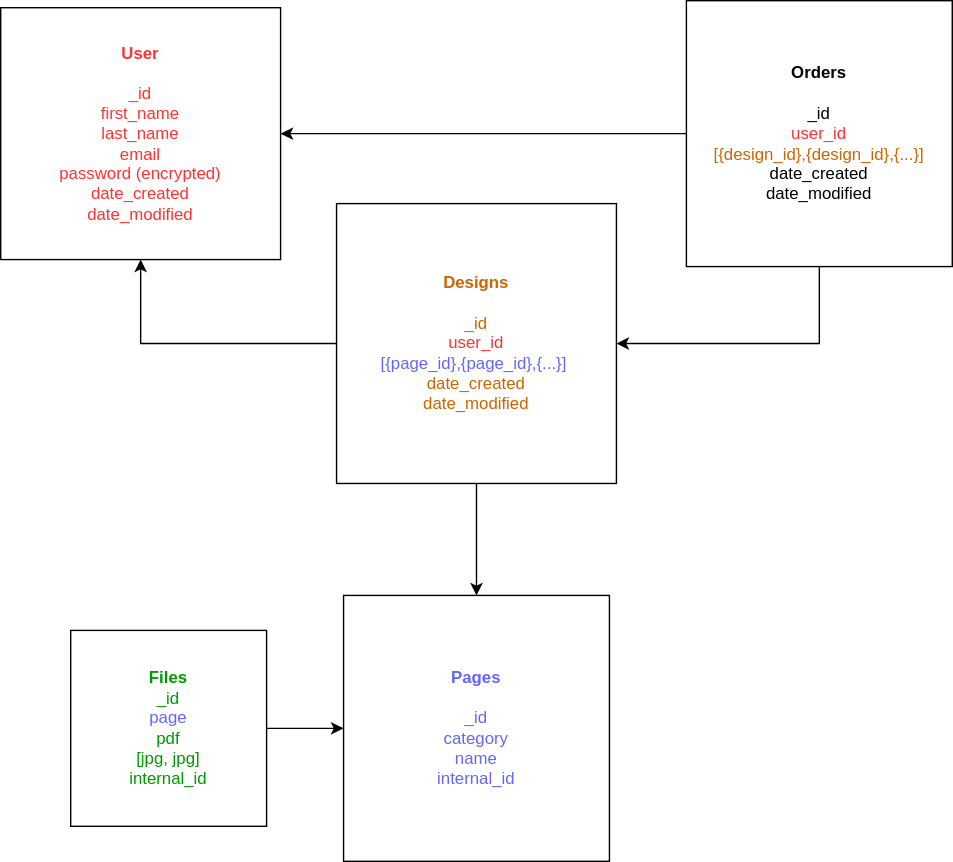
Before: assets/database-diagram.drawio.svg, a diagram exported from draw.io (katyjmt/ps-lite). Source tidied: cells renumbered, new cells last; positions are measured from the earlier drawing's top-left corner, leaving out a move shared by most shapes.
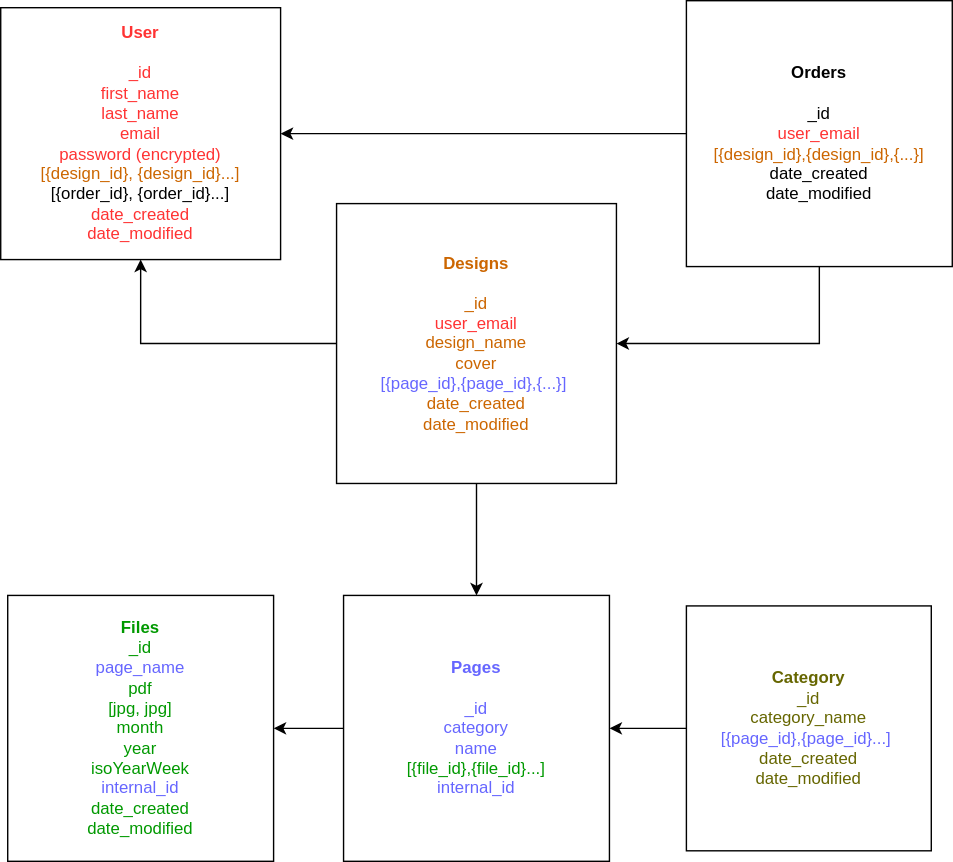
Later version of the same file.

Change to the diagram source:
```diff
@@ -2,7 +2,7 @@
   <root>
     <mxCell id="0" />
     <mxCell id="1" parent="0" />
-    <mxCell id="2" value="&lt;font color=&quot;#ff3333&quot;&gt;&lt;b&gt;User&lt;br&gt;&lt;/b&gt;&lt;br&gt;_id&lt;br&gt;first_name&lt;br&gt;last_name&lt;br&gt;email&lt;br&gt;password (encrypted)&lt;br&gt;date_created&lt;br&gt;date_modified&lt;/font&gt;" style="rounded=0;whiteSpace=wrap;html=1;" parent="1" vertex="1">
+    <mxCell id="2" value="&lt;b style=&quot;color: rgb(255, 51, 51);&quot;&gt;User&lt;br&gt;&lt;/b&gt;&lt;br&gt;&lt;font color=&quot;#ff3333&quot;&gt;_id&lt;/font&gt;&lt;br&gt;&lt;font color=&quot;#ff3333&quot;&gt;first_name&lt;/font&gt;&lt;br&gt;&lt;font color=&quot;#ff3333&quot;&gt;last_name&lt;/font&gt;&lt;br&gt;&lt;font color=&quot;#ff3333&quot;&gt;email&lt;/font&gt;&lt;br&gt;&lt;font color=&quot;#ff3333&quot;&gt;password (encrypted)&lt;/font&gt;&lt;br&gt;&lt;font color=&quot;#cc6600&quot;&gt;[{design_id}, {design_id}...]&lt;br&gt;&lt;/font&gt;[{order_id}, {order_id}...]&lt;br&gt;&lt;font color=&quot;#ff3333&quot;&gt;date_created&lt;/font&gt;&lt;br&gt;&lt;font color=&quot;#ff3333&quot;&gt;date_modified&lt;/font&gt;" style="rounded=0;whiteSpace=wrap;html=1;" parent="1" vertex="1">
       <mxGeometry y="5" width="200" height="180" as="geometry" />
     </mxCell>
     <mxCell id="3" style="edgeStyle=orthogonalEdgeStyle;rounded=0;jettySize=auto;html=1;exitX=0.5;exitY=1;exitDx=0;exitDy=0;entryX=0.5;entryY=0;entryDx=0;entryDy=0;" parent="1" edge="1" source="5" target="9">
@@ -11,7 +11,7 @@
     <mxCell id="4" style="edgeStyle=orthogonalEdgeStyle;rounded=0;jettySize=auto;html=1;entryX=0.5;entryY=1;entryDx=0;entryDy=0;" parent="1" edge="1" source="5" target="2">
       <mxGeometry relative="1" as="geometry" />
     </mxCell>
-    <mxCell id="5" value="&lt;b&gt;&lt;font color=&quot;#cc6600&quot;&gt;Designs&lt;/font&gt;&lt;br&gt;&lt;/b&gt;&lt;br&gt;&lt;font color=&quot;#cc6600&quot;&gt;_id&lt;/font&gt;&lt;br&gt;&lt;font style=&quot;&quot; color=&quot;#ff3333&quot;&gt;user_id&lt;br&gt;&lt;/font&gt;&lt;font style=&quot;&quot; color=&quot;#6666ff&quot;&gt;[{page_id},{page_id},{...}]&lt;b&gt;&amp;nbsp;&lt;/b&gt;&lt;br&gt;&lt;/font&gt;&lt;font color=&quot;#cc6600&quot;&gt;date_created&lt;/font&gt;&lt;br&gt;&lt;font color=&quot;#cc6600&quot;&gt;date_modified&lt;/font&gt;" style="whiteSpace=wrap;html=1;" parent="1" vertex="1">
+    <mxCell id="5" value="&lt;b&gt;&lt;font color=&quot;#cc6600&quot;&gt;Designs&lt;/font&gt;&lt;br&gt;&lt;/b&gt;&lt;br&gt;&lt;font color=&quot;#cc6600&quot;&gt;_id&lt;/font&gt;&lt;br&gt;&lt;font color=&quot;#ff3333&quot;&gt;user_email&lt;/font&gt;&lt;br&gt;&lt;font color=&quot;#cc6600&quot;&gt;design_name&lt;br&gt;cover&lt;br&gt;&lt;/font&gt;&lt;font style=&quot;&quot; color=&quot;#6666ff&quot;&gt;[{page_id},{page_id},{...}]&lt;b&gt;&amp;nbsp;&lt;/b&gt;&lt;br&gt;&lt;/font&gt;&lt;font color=&quot;#cc6600&quot;&gt;date_created&lt;/font&gt;&lt;br&gt;&lt;font color=&quot;#cc6600&quot;&gt;date_modified&lt;/font&gt;" style="whiteSpace=wrap;html=1;" parent="1" vertex="1">
       <mxGeometry x="240" y="145" width="200" height="200" as="geometry" />
     </mxCell>
     <mxCell id="6" style="edgeStyle=orthogonalEdgeStyle;rounded=0;jettySize=auto;html=1;entryX=1;entryY=0.5;entryDx=0;entryDy=0;" parent="1" edge="1" source="8" target="2">
@@ -20,17 +20,23 @@
     <mxCell id="7" style="edgeStyle=orthogonalEdgeStyle;rounded=0;jettySize=auto;html=1;exitX=0.5;exitY=1;exitDx=0;exitDy=0;entryX=1;entryY=0.5;entryDx=0;entryDy=0;" parent="1" edge="1" source="8" target="5">
       <mxGeometry relative="1" as="geometry" />
     </mxCell>
-    <mxCell id="8" value="&lt;b&gt;Orders&lt;br&gt;&lt;/b&gt;&lt;br&gt;_id&lt;br&gt;&lt;font style=&quot;&quot; color=&quot;#ff3333&quot;&gt;user_id&lt;br&gt;&lt;/font&gt;&lt;font style=&quot;&quot; color=&quot;#cc6600&quot;&gt;[{design_id},{design_id},{...}]&lt;br&gt;&lt;/font&gt;date_created&lt;br&gt;date_modified" style="whiteSpace=wrap;html=1;" parent="1" vertex="1">
+    <mxCell id="8" value="&lt;b&gt;Orders&lt;br&gt;&lt;/b&gt;&lt;br&gt;_id&lt;br&gt;&lt;font style=&quot;&quot; color=&quot;#ff3333&quot;&gt;user_email&lt;br&gt;&lt;/font&gt;&lt;font style=&quot;&quot; color=&quot;#cc6600&quot;&gt;[{design_id},{design_id},{...}]&lt;br&gt;&lt;/font&gt;date_created&lt;br&gt;date_modified" style="whiteSpace=wrap;html=1;" parent="1" vertex="1">
       <mxGeometry x="490" width="190" height="190" as="geometry" />
     </mxCell>
+    <mxCell id="12" style="edgeStyle=orthogonalEdgeStyle;rounded=0;jettySize=auto;html=1;" parent="1" edge="1" source="9" target="11">
+      <mxGeometry relative="1" as="geometry" />
+    </mxCell>
-    <mxCell id="9" value="&lt;b style=&quot;color: rgb(102, 102, 255);&quot;&gt;Pages&lt;br&gt;&lt;/b&gt;&lt;br&gt;&lt;font color=&quot;#6666ff&quot;&gt;_id&lt;/font&gt;&lt;br&gt;&lt;font color=&quot;#6666ff&quot;&gt;category&lt;br&gt;name&lt;/font&gt;&lt;br&gt;&lt;font color=&quot;#6666ff&quot;&gt;internal_id&lt;/font&gt;" style="whiteSpace=wrap;html=1;" parent="1" vertex="1">
+    <mxCell id="9" value="&lt;b style=&quot;color: rgb(102, 102, 255);&quot;&gt;Pages&lt;br&gt;&lt;/b&gt;&lt;br&gt;&lt;font color=&quot;#6666ff&quot;&gt;_id&lt;/font&gt;&lt;br&gt;&lt;font color=&quot;#6666ff&quot;&gt;category&lt;br&gt;name&lt;br&gt;&lt;/font&gt;&lt;font color=&quot;#009900&quot;&gt;[{file_id},{file_id}...]&lt;br&gt;&lt;/font&gt;&lt;font color=&quot;#6666ff&quot;&gt;internal_id&lt;/font&gt;" style="whiteSpace=wrap;html=1;" parent="1" vertex="1">
       <mxGeometry x="245" y="425" width="190" height="190" as="geometry" />
     </mxCell>
-    <mxCell id="10" style="edgeStyle=orthogonalEdgeStyle;rounded=0;jettySize=auto;html=1;" parent="1" edge="1" source="11" target="9">
-      <mxGeometry relative="1" as="geometry" />
-    </mxCell>
-    <mxCell id="11" value="&lt;b style=&quot;color: rgb(0, 153, 0);&quot;&gt;Files&lt;/b&gt;&lt;br&gt;&lt;font color=&quot;#009900&quot;&gt;_id&lt;/font&gt;&lt;br&gt;&lt;font color=&quot;#6666ff&quot;&gt;page&lt;br&gt;&lt;/font&gt;&lt;font color=&quot;#009900&quot;&gt;pdf&lt;br&gt;[jpg, jpg]&lt;br&gt;internal_id&lt;/font&gt;" style="whiteSpace=wrap;html=1;" parent="1" vertex="1">
-      <mxGeometry x="50" y="450" width="140" height="140" as="geometry" />
+    <mxCell id="11" value="&lt;b style=&quot;color: rgb(0, 153, 0);&quot;&gt;Files&lt;/b&gt;&lt;br&gt;&lt;font color=&quot;#009900&quot;&gt;_id&lt;/font&gt;&lt;br&gt;&lt;font color=&quot;#6666ff&quot;&gt;page_name&lt;br&gt;&lt;/font&gt;&lt;font color=&quot;#009900&quot;&gt;pdf&lt;/font&gt;&lt;br&gt;&lt;font color=&quot;#009900&quot;&gt;[jpg, jpg]&lt;/font&gt;&lt;br&gt;&lt;font color=&quot;#009900&quot;&gt;month&lt;/font&gt;&lt;br&gt;&lt;font color=&quot;#009900&quot;&gt;year&lt;/font&gt;&lt;br&gt;&lt;font color=&quot;#009900&quot;&gt;isoYearWeek&lt;/font&gt;&lt;br&gt;&lt;font color=&quot;#6666ff&quot;&gt;internal_id&lt;br&gt;&lt;/font&gt;&lt;font style=&quot;color: rgb(0, 153, 0); border-color: var(--border-color);&quot;&gt;date_created&lt;/font&gt;&lt;br style=&quot;border-color: var(--border-color);&quot;&gt;&lt;font style=&quot;color: rgb(0, 153, 0); border-color: var(--border-color);&quot;&gt;date_modified&lt;/font&gt;" style="whiteSpace=wrap;html=1;" parent="1" vertex="1">
+      <mxGeometry x="5" y="425" width="190" height="190" as="geometry" />
     </mxCell>
+    <mxCell id="13" style="edgeStyle=orthogonalEdgeStyle;rounded=0;jettySize=auto;html=1;" parent="1" edge="1" source="14" target="9">
+      <mxGeometry relative="1" as="geometry" />
+    </mxCell>
+    <mxCell id="14" value="&lt;font color=&quot;#666600&quot;&gt;&lt;b style=&quot;&quot;&gt;Category&lt;br&gt;&lt;/b&gt;_id&lt;br&gt;category_name&lt;br&gt;&lt;/font&gt;&lt;font color=&quot;#6666ff&quot;&gt;[{page_id},{page_id}...]&lt;b style=&quot;border-color: var(--border-color);&quot;&gt;&amp;nbsp;&lt;br&gt;&lt;/b&gt;&lt;/font&gt;&lt;font color=&quot;#666600&quot;&gt;&lt;font style=&quot;border-color: var(--border-color);&quot;&gt;date_created&lt;/font&gt;&lt;br style=&quot;border-color: var(--border-color);&quot;&gt;&lt;font style=&quot;border-color: var(--border-color);&quot;&gt;date_modified&lt;/font&gt;&lt;/font&gt;&lt;font color=&quot;#6666ff&quot;&gt;&lt;b style=&quot;border-color: var(--border-color);&quot;&gt;&lt;br&gt;&lt;/b&gt;&lt;/font&gt;" style="whiteSpace=wrap;html=1;" parent="1" vertex="1">
+      <mxGeometry x="490" y="432.5" width="175" height="175" as="geometry" />
+    </mxCell>
   </root>
 </mxGraphModel>
```
